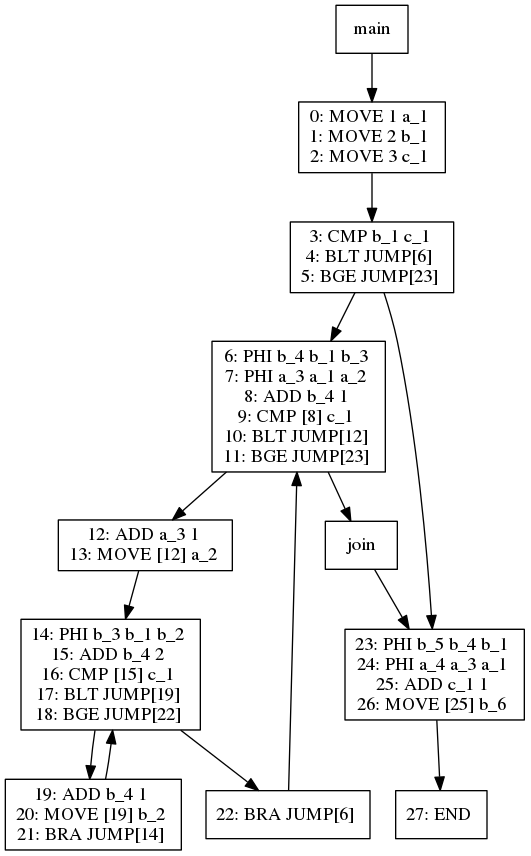
jiahanwang/PL241-Compiler keeps this Graphviz diagram as viz/test030.dot.png. Above is the earlier version. Its source is kept beside it as viz/test030.dot.
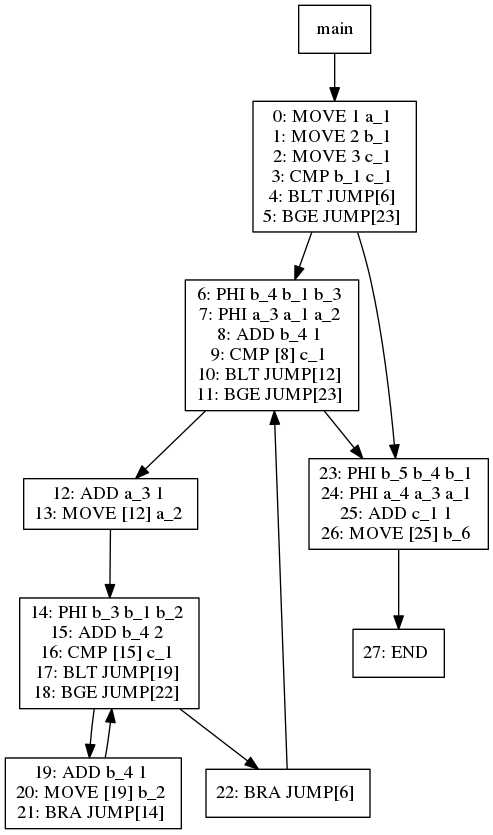
The same diagram one commit later.

What changed in the source:
```diff
@@ -5,13 +5,11 @@
 3[label="0: MOVE 1 a_1
 1: MOVE 2 b_1
 2: MOVE 3 c_1
-"]
-3 -> 6
-6[label="3: CMP b_1 c_1
+3: CMP b_1 c_1
 4: BLT JUMP[6]
 5: BGE JUMP[23]
 "]
-6 -> 8
+3 -> 8
 8[label="6: PHI b_4 b_1 b_3
 7: PHI a_3 a_1 a_2
 8: ADD b_4 1
@@ -40,9 +38,7 @@
 12[label="22: BRA JUMP[6]
 "]
 12 -> 8
-8 -> 9
-9[label="join"]
-9 -> 7
+8 -> 7
 7[label="23: PHI b_5 b_4 b_1
 24: PHI a_4 a_3 a_1
 25: ADD c_1 1
@@ -51,5 +47,5 @@
 7 -> 15
 15[label="27: END
 "]
-6 -> 7
+3 -> 7
 }
```
